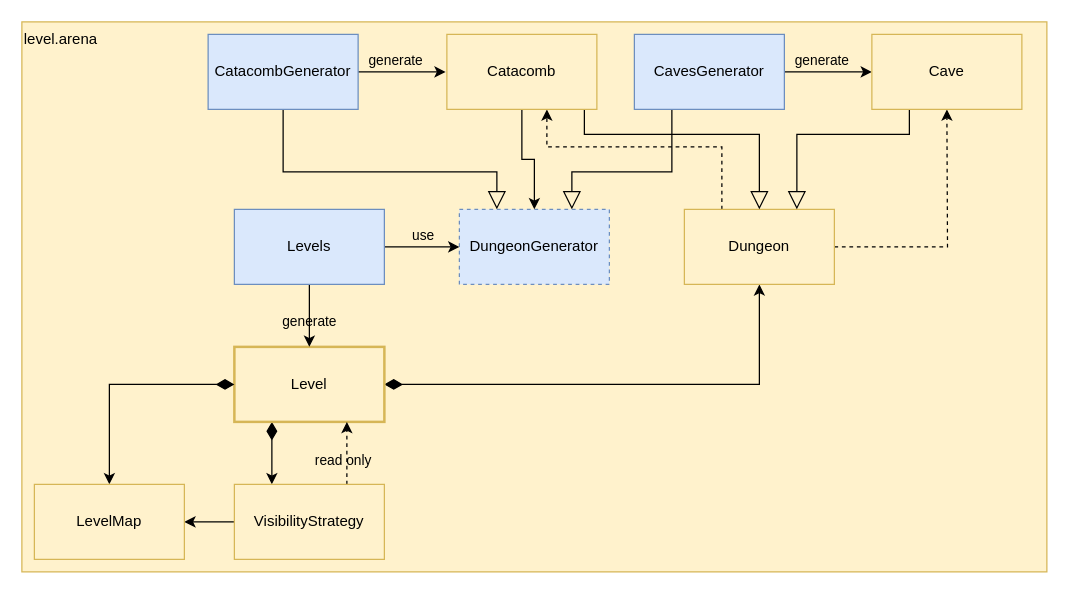
vladimir-popov/forgotten_catacombs keeps this draw.io diagram as page "How levels work" (3 of 9) of docs/schemas.drawio. Above is the earlier version. Source tidied: cells renumbered, new cells numbered last; positions are measured from the earlier drawing's top-left corner, leaving out a move shared by most shapes. Both pictures are drawn from the tidied source at 125%, with x=0, y=0 at pixel (21, 21).
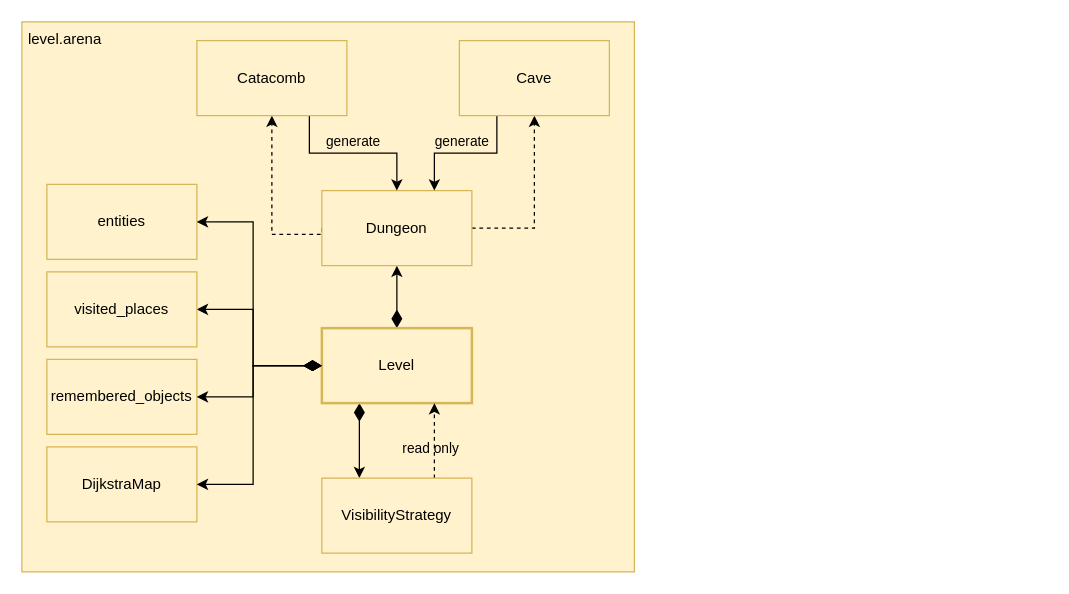
Above is the later version.

Change to the diagram source:
```diff
@@
-    <mxCell id="2" value="level.arena" style="rounded=0;whiteSpace=wrap;html=1;fillColor=#fff2cc;strokeColor=#d6b656;align=left;verticalAlign=top;" parent="1" vertex="1">
-      <mxGeometry width="820" height="440" as="geometry" />
+    <mxCell id="2" value="&amp;nbsp;level.arena" style="rounded=0;whiteSpace=wrap;html=1;fillColor=#fff2cc;strokeColor=#d6b656;align=left;verticalAlign=top;" parent="1" vertex="1">
+      <mxGeometry width="490" height="440" as="geometry" />
     </mxCell>
-    <mxCell id="3" style="edgeStyle=orthogonalEdgeStyle;rounded=0;jettySize=auto;html=1;exitX=1;exitY=0.5;exitDx=0;exitDy=0;entryX=0.5;entryY=1;entryDx=0;entryDy=0;startArrow=diamondThin;startFill=1;startSize=12;" parent="1" edge="1" source="5" target="8">
-      <mxGeometry relative="1" as="geometry">
-        <Array as="points">
-          <mxPoint x="590" y="290" />
-        </Array>
-      </mxGeometry>
+    <mxCell id="3" style="edgeStyle=orthogonalEdgeStyle;rounded=0;jettySize=auto;html=1;startArrow=diamondThin;startFill=1;startSize=12;" parent="1" edge="1" source="5" target="8">
+      <mxGeometry relative="1" as="geometry" />
     </mxCell>
@@
     <mxCell id="5" value="Level" style="rounded=0;whiteSpace=wrap;html=1;fillColor=#fff2cc;strokeColor=#d6b656;strokeWidth=2;" parent="1" vertex="1">
-      <mxGeometry x="170" y="260" width="120" height="60" as="geometry" />
+      <mxGeometry x="240" y="245" width="120" height="60" as="geometry" />
     </mxCell>
-    <mxCell id="6" style="edgeStyle=orthogonalEdgeStyle;rounded=0;jettySize=auto;html=1;exitX=0.25;exitY=0;exitDx=0;exitDy=0;dashed=1;" parent="1" edge="1" source="8" target="32">
+    <mxCell id="6" style="edgeStyle=orthogonalEdgeStyle;rounded=0;jettySize=auto;html=1;exitX=0;exitY=0.5;exitDx=0;exitDy=0;dashed=1;entryX=0.5;entryY=1;entryDx=0;entryDy=0;" parent="1" edge="1" source="8" target="32">
       <mxGeometry relative="1" as="geometry">
         <Array as="points">
-          <mxPoint x="560" y="100" />
-          <mxPoint x="420" y="100" />
+          <mxPoint x="240" y="170" />
+          <mxPoint x="200" y="170" />
         </Array>
       </mxGeometry>
     </mxCell>
-    <mxCell id="7" style="edgeStyle=orthogonalEdgeStyle;rounded=0;jettySize=auto;html=1;exitX=1;exitY=0.5;exitDx=0;exitDy=0;dashed=1;" parent="1" edge="1" source="8">
-      <mxGeometry relative="1" as="geometry">
-        <mxPoint x="740" y="70" as="targetPoint" />
-      </mxGeometry>
+    <mxCell id="7" style="edgeStyle=orthogonalEdgeStyle;rounded=0;jettySize=auto;html=1;exitX=1;exitY=0.5;exitDx=0;exitDy=0;dashed=1;" parent="1" edge="1" source="8" target="33">
+      <mxGeometry relative="1" as="geometry" />
     </mxCell>
     <mxCell id="8" value="Dungeon" style="rounded=0;whiteSpace=wrap;html=1;fillColor=#fff2cc;strokeColor=#d6b656;" parent="1" vertex="1">
-      <mxGeometry x="530" y="150" width="120" height="60" as="geometry" />
+      <mxGeometry x="240" y="135" width="120" height="60" as="geometry" />
     </mxCell>
@@
-    <mxCell id="11" style="edgeStyle=orthogonalEdgeStyle;rounded=0;jettySize=auto;html=1;exitX=0;exitY=0.5;exitDx=0;exitDy=0;entryX=1;entryY=0.5;entryDx=0;entryDy=0;" parent="1" edge="1" source="12" target="25">
-      <mxGeometry relative="1" as="geometry" />
-    </mxCell>
     <mxCell id="12" value="VisibilityStrategy" style="rounded=0;whiteSpace=wrap;html=1;fillColor=#fff2cc;strokeColor=#d6b656;" parent="1" vertex="1">
-      <mxGeometry x="170" y="370" width="120" height="60" as="geometry" />
+      <mxGeometry x="240" y="365" width="120" height="60" as="geometry" />
     </mxCell>
-    <mxCell id="13" value="DungeonGenerator" style="rounded=0;whiteSpace=wrap;html=1;fillColor=#dae8fc;strokeColor=#6c8ebf;dashed=1;" parent="1" vertex="1">
-      <mxGeometry x="350" y="150" width="120" height="60" as="geometry" />
-    </mxCell>
-    <mxCell id="14" style="edgeStyle=orthogonalEdgeStyle;rounded=0;jettySize=auto;html=1;exitX=0.5;exitY=1;exitDx=0;exitDy=0;entryX=0.5;entryY=0;entryDx=0;entryDy=0;" parent="1" edge="1" source="18" target="5">
-      <mxGeometry relative="1" as="geometry" />
-    </mxCell>
-    <mxCell id="15" value="generate" style="edgeLabel;html=1;align=center;verticalAlign=middle;labelBackgroundColor=none;" parent="14" vertex="1">
-      <mxGeometry x="0.14" y="-1" relative="1" as="geometry" />
-    </mxCell>
-    <mxCell id="16" style="edgeStyle=orthogonalEdgeStyle;rounded=0;jettySize=auto;html=1;exitX=1;exitY=0.5;exitDx=0;exitDy=0;entryX=0;entryY=0.5;entryDx=0;entryDy=0;" parent="1" edge="1" source="18" target="13">
-      <mxGeometry relative="1" as="geometry" />
-    </mxCell>
-    <mxCell id="17" value="use" style="edgeLabel;html=1;align=center;verticalAlign=middle;labelBackgroundColor=none;" parent="16" vertex="1">
-      <mxGeometry x="0.1" y="-1" relative="1" as="geometry">
-        <mxPoint x="-3" y="-11" as="offset" />
-      </mxGeometry>
-    </mxCell>
-    <mxCell id="18" value="Levels" style="rounded=0;whiteSpace=wrap;html=1;fillColor=#dae8fc;strokeColor=#6c8ebf;" parent="1" vertex="1">
-      <mxGeometry x="170" y="150" width="120" height="60" as="geometry" />
-    </mxCell>
-    <mxCell id="19" style="edgeStyle=orthogonalEdgeStyle;rounded=0;jettySize=auto;html=1;entryX=0.5;entryY=0;entryDx=0;entryDy=0;endArrow=block;endFill=0;endSize=12;" parent="1" edge="1" source="32" target="8">
-      <mxGeometry relative="1" as="geometry">
-        <Array as="points">
-          <mxPoint x="450" y="90" />
-          <mxPoint x="590" y="90" />
-        </Array>
-      </mxGeometry>
-    </mxCell>
-    <mxCell id="20" style="edgeStyle=orthogonalEdgeStyle;rounded=0;jettySize=auto;html=1;exitX=0.5;exitY=1;exitDx=0;exitDy=0;endArrow=block;endFill=0;endSize=12;entryX=0.25;entryY=0;entryDx=0;entryDy=0;" parent="1" edge="1" source="23" target="13">
-      <mxGeometry relative="1" as="geometry">
-        <Array as="points">
-          <mxPoint x="209" y="120" />
-          <mxPoint x="380" y="120" />
-        </Array>
-      </mxGeometry>
-    </mxCell>
-    <mxCell id="21" style="edgeStyle=orthogonalEdgeStyle;rounded=0;jettySize=auto;html=1;exitX=1;exitY=0.5;exitDx=0;exitDy=0;" parent="1" edge="1" source="23">
-      <mxGeometry relative="1" as="geometry">
-        <mxPoint x="339" y="40" as="targetPoint" />
-      </mxGeometry>
+    <mxCell id="21" style="edgeStyle=orthogonalEdgeStyle;rounded=0;jettySize=auto;html=1;entryX=0.5;entryY=0;entryDx=0;entryDy=0;exitX=0.75;exitY=1;exitDx=0;exitDy=0;" parent="1" edge="1" source="32" target="8">
+      <mxGeometry relative="1" as="geometry" />
     </mxCell>
@@
-    <mxCell id="23" value="CatacombGenerator" style="rounded=0;whiteSpace=wrap;html=1;fillColor=#dae8fc;strokeColor=#6c8ebf;" parent="1" vertex="1">
-      <mxGeometry x="149" y="10" width="120" height="60" as="geometry" />
-    </mxCell>
-    <mxCell id="24" style="edgeStyle=orthogonalEdgeStyle;rounded=0;jettySize=auto;html=1;exitX=0;exitY=0.5;exitDx=0;exitDy=0;startArrow=diamondThin;startFill=1;startSize=12;" parent="1" edge="1" source="5" target="25">
+    <mxCell id="24" style="rounded=0;jettySize=auto;html=1;exitX=0;exitY=0.5;exitDx=0;exitDy=0;startArrow=diamondThin;startFill=1;startSize=12;edgeStyle=orthogonalEdgeStyle;" parent="1" edge="1" source="5" target="25">
       <mxGeometry relative="1" as="geometry" />
     </mxCell>
-    <mxCell id="25" value="LevelMap" style="rounded=0;whiteSpace=wrap;html=1;fillColor=#fff2cc;strokeColor=#d6b656;" parent="1" vertex="1">
-      <mxGeometry x="10" y="370" width="120" height="60" as="geometry" />
+    <mxCell id="25" value="visited_places" style="rounded=0;whiteSpace=wrap;html=1;fillColor=#fff2cc;strokeColor=#d6b656;" parent="1" vertex="1">
+      <mxGeometry x="20" y="200" width="120" height="60" as="geometry" />
     </mxCell>
-    <mxCell id="26" style="edgeStyle=orthogonalEdgeStyle;rounded=0;jettySize=auto;html=1;exitX=1;exitY=0.5;exitDx=0;exitDy=0;entryX=0;entryY=0.5;entryDx=0;entryDy=0;" parent="1" edge="1" source="29">
-      <mxGeometry relative="1" as="geometry">
-        <mxPoint x="680" y="40" as="targetPoint" />
-      </mxGeometry>
+    <mxCell id="26" style="edgeStyle=orthogonalEdgeStyle;rounded=0;jettySize=auto;html=1;entryX=0.75;entryY=0;entryDx=0;entryDy=0;exitX=0.25;exitY=1;exitDx=0;exitDy=0;" parent="1" edge="1" source="33" target="8">
+      <mxGeometry relative="1" as="geometry" />
     </mxCell>
     <mxCell id="27" value="generate" style="edgeLabel;html=1;align=center;verticalAlign=middle;labelBackgroundColor=none;" parent="26" vertex="1">
       <mxGeometry x="0.06" y="-1" relative="1" as="geometry">
-        <mxPoint x="-7" y="-11" as="offset" />
+        <mxPoint x="-1" y="-9" as="offset" />
       </mxGeometry>
     </mxCell>
-    <mxCell id="28" style="edgeStyle=orthogonalEdgeStyle;rounded=0;jettySize=auto;html=1;exitX=0.25;exitY=1;exitDx=0;exitDy=0;entryX=0.75;entryY=0;entryDx=0;entryDy=0;endArrow=block;endFill=0;endSize=12;" parent="1" edge="1" source="29" target="13">
-      <mxGeometry relative="1" as="geometry">
-        <Array as="points">
-          <mxPoint x="520" y="120" />
-          <mxPoint x="440" y="120" />
-        </Array>
-      </mxGeometry>
-    </mxCell>
-    <mxCell id="29" value="CavesGenerator" style="rounded=0;whiteSpace=wrap;html=1;fillColor=#dae8fc;strokeColor=#6c8ebf;" parent="1" vertex="1">
-      <mxGeometry x="490" y="10" width="120" height="60" as="geometry" />
-    </mxCell>
-    <mxCell id="30" style="edgeStyle=orthogonalEdgeStyle;rounded=0;jettySize=auto;html=1;exitX=0.25;exitY=1;exitDx=0;exitDy=0;endArrow=block;endFill=0;endSize=12;strokeColor=#000000;align=center;verticalAlign=middle;fontFamily=Helvetica;fontSize=12;fontColor=default;fillColor=#ffe6cc;entryX=0.75;entryY=0;entryDx=0;entryDy=0;" parent="1" edge="1" target="8">
-      <mxGeometry relative="1" as="geometry">
-        <mxPoint x="710" y="70" as="sourcePoint" />
-        <Array as="points">
-          <mxPoint x="710" y="90" />
-          <mxPoint x="620" y="90" />
-        </Array>
-      </mxGeometry>
-    </mxCell>
-    <mxCell id="31" style="edgeStyle=orthogonalEdgeStyle;rounded=0;jettySize=auto;html=1;" parent="1" edge="1" source="32" target="13">
-      <mxGeometry relative="1" as="geometry" />
-    </mxCell>
     <mxCell id="32" value="Catacomb" style="rounded=0;whiteSpace=wrap;html=1;fillColor=#fff2cc;strokeColor=#d6b656;" parent="1" vertex="1">
-      <mxGeometry x="340" y="10" width="120" height="60" as="geometry" />
+      <mxGeometry x="140" y="15" width="120" height="60" as="geometry" />
     </mxCell>
     <mxCell id="33" value="Cave" style="rounded=0;whiteSpace=wrap;html=1;fillColor=#fff2cc;strokeColor=#d6b656;" parent="1" vertex="1">
-      <mxGeometry x="680" y="10" width="120" height="60" as="geometry" />
+      <mxGeometry x="350" y="15" width="120" height="60" as="geometry" />
     </mxCell>
+    <mxCell id="34" value="remembered_objects" style="rounded=0;whiteSpace=wrap;html=1;fillColor=#fff2cc;strokeColor=#d6b656;" parent="1" vertex="1">
+      <mxGeometry x="20" y="270" width="120" height="60" as="geometry" />
+    </mxCell>
+    <mxCell id="35" value="DijkstraMap" style="rounded=0;whiteSpace=wrap;html=1;fillColor=#fff2cc;strokeColor=#d6b656;" parent="1" vertex="1">
+      <mxGeometry x="20" y="340" width="120" height="60" as="geometry" />
+    </mxCell>
+    <mxCell id="36" style="rounded=0;jettySize=auto;html=1;startArrow=diamondThin;startFill=1;startSize=12;entryX=1;entryY=0.5;entryDx=0;entryDy=0;exitX=0;exitY=0.5;exitDx=0;exitDy=0;edgeStyle=orthogonalEdgeStyle;" parent="1" edge="1" source="5" target="34">
+      <mxGeometry relative="1" as="geometry" />
+    </mxCell>
+    <mxCell id="37" value="entities" style="rounded=0;whiteSpace=wrap;html=1;fillColor=#fff2cc;strokeColor=#d6b656;" parent="1" vertex="1">
+      <mxGeometry x="20" y="130" width="120" height="60" as="geometry" />
+    </mxCell>
+    <mxCell id="38" style="rounded=0;jettySize=auto;html=1;startArrow=diamondThin;startFill=1;startSize=12;entryX=1;entryY=0.5;entryDx=0;entryDy=0;exitX=0;exitY=0.5;exitDx=0;exitDy=0;edgeStyle=orthogonalEdgeStyle;" parent="1" edge="1" source="5" target="35">
+      <mxGeometry relative="1" as="geometry" />
+    </mxCell>
+    <mxCell id="39" style="rounded=0;jettySize=auto;html=1;exitX=0;exitY=0.5;exitDx=0;exitDy=0;startArrow=diamondThin;startFill=1;startSize=12;edgeStyle=orthogonalEdgeStyle;entryX=1;entryY=0.5;entryDx=0;entryDy=0;" parent="1" edge="1" source="5" target="37">
+      <mxGeometry relative="1" as="geometry" />
+    </mxCell>
```
